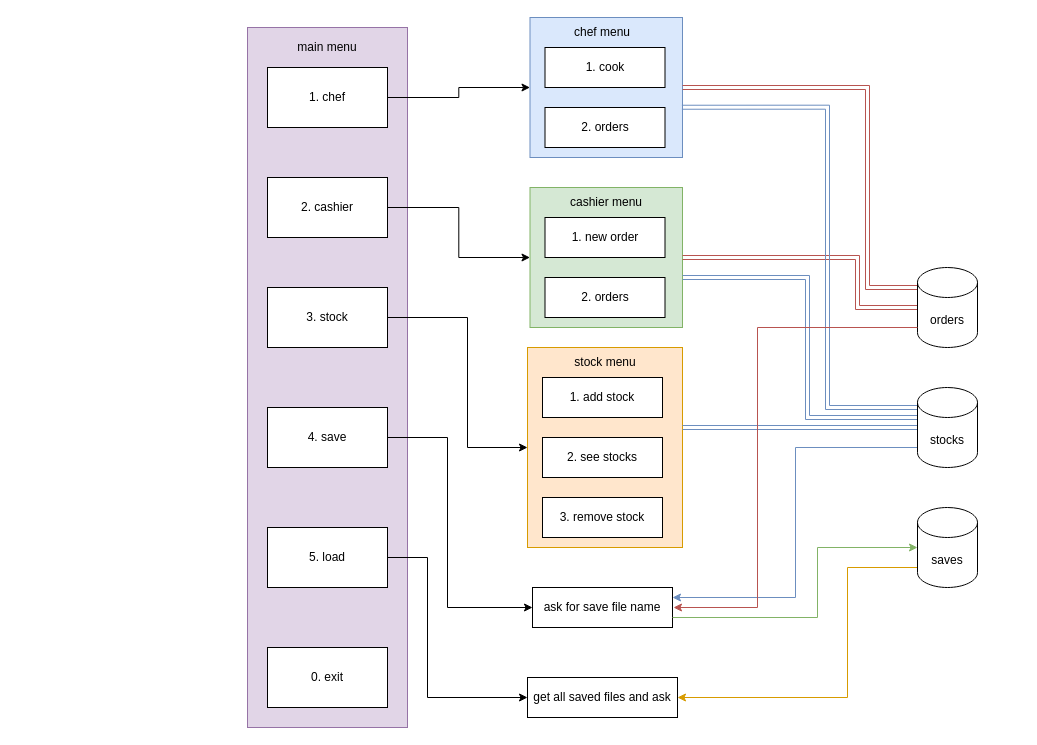
Above: Untitled Diagram.drawio in Takiyo0/aol-algopro (draw.io), before the change. Source tidied: cells renumbered, new cells numbered last; positions are measured from the earlier drawing's top-left corner, leaving out a move shared by most shapes. Both pictures are drawn from the tidied source at 100%, with x=0, y=0 at pixel (247, 17).
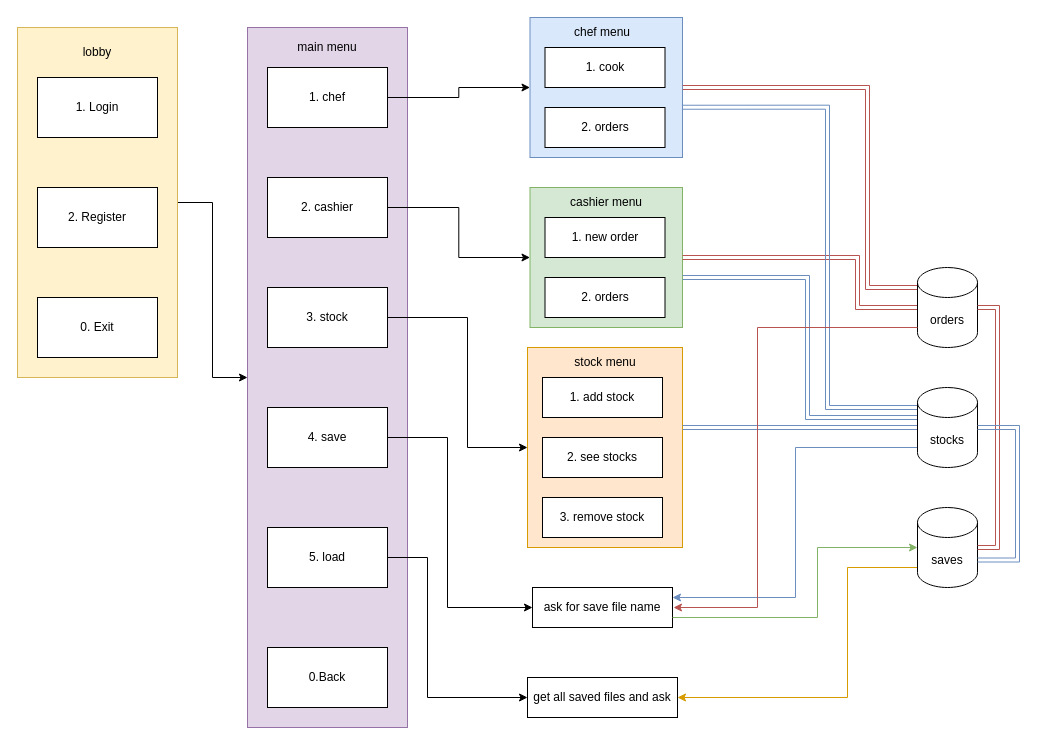
After the change.

Unchanged cells that the change refers to:
```xml
<mxCell id="2" style="rounded=0;whiteSpace=wrap;html=1;fillColor=#e1d5e7;strokeColor=#9673a6;" parent="1" vertex="1">
  <mxGeometry y="10" width="160" height="700" as="geometry" />
</mxCell>
<mxCell id="20" value="orders" style="shape=cylinder3;whiteSpace=wrap;html=1;boundedLbl=1;backgroundOutline=1;size=15;" parent="1" vertex="1">
  <mxGeometry x="670" y="250" width="60" height="80" as="geometry" />
</mxCell>
<mxCell id="25" value="stocks" style="shape=cylinder3;whiteSpace=wrap;html=1;boundedLbl=1;backgroundOutline=1;size=15;" parent="1" vertex="1">
  <mxGeometry x="670" y="370" width="60" height="80" as="geometry" />
</mxCell>
<mxCell id="27" value="saves" style="shape=cylinder3;whiteSpace=wrap;html=1;boundedLbl=1;backgroundOutline=1;size=15;" parent="1" vertex="1">
  <mxGeometry x="670" y="490" width="60" height="80" as="geometry" />
</mxCell>
```

The edit, as a diff of the source:
```diff
@@
-    <mxCell id="16" value="0. exit" style="rounded=0;whiteSpace=wrap;html=1;" parent="1" vertex="1">
+    <mxCell id="16" value="0.Back" style="rounded=0;whiteSpace=wrap;html=1;" parent="1" vertex="1">
       <mxGeometry x="20" y="630" width="120" height="60" as="geometry" />
     </mxCell>
@@
+    <mxCell id="42" style="edgeStyle=orthogonalEdgeStyle;rounded=0;jettySize=auto;html=1;" parent="1" edge="1" source="43" target="2">
+      <mxGeometry relative="1" as="geometry" />
+    </mxCell>
+    <mxCell id="43" style="rounded=0;whiteSpace=wrap;html=1;fillColor=#fff2cc;strokeColor=#d6b656;" parent="1" vertex="1">
+      <mxGeometry x="-230" y="10" width="160" height="350" as="geometry" />
+    </mxCell>
+    <mxCell id="44" value="1. Login" style="rounded=0;whiteSpace=wrap;html=1;" parent="1" vertex="1">
+      <mxGeometry x="-210" y="60" width="120" height="60" as="geometry" />
+    </mxCell>
+    <mxCell id="45" value="2. Register" style="rounded=0;whiteSpace=wrap;html=1;" parent="1" vertex="1">
+      <mxGeometry x="-210" y="170" width="120" height="60" as="geometry" />
+    </mxCell>
+    <mxCell id="46" value="0. Exit" style="rounded=0;whiteSpace=wrap;html=1;" parent="1" vertex="1">
+      <mxGeometry x="-210" y="280" width="120" height="60" as="geometry" />
+    </mxCell>
+    <mxCell id="47" value="lobby" style="text;strokeColor=none;fillColor=none;align=center;verticalAlign=middle;spacingLeft=4;spacingRight=4;overflow=hidden;whiteSpace=wrap;html=1;" parent="1" vertex="1">
+      <mxGeometry x="-190" y="20" width="80" height="30" as="geometry" />
+    </mxCell>
+    <mxCell id="48" style="edgeStyle=orthogonalEdgeStyle;rounded=0;jettySize=auto;html=1;entryX=1;entryY=0.5;entryDx=0;entryDy=0;entryPerimeter=0;shape=link;fillColor=#f8cecc;strokeColor=#b85450;" parent="1" edge="1" source="20" target="27">
+      <mxGeometry relative="1" as="geometry">
+        <Array as="points">
+          <mxPoint x="750" y="290" />
+          <mxPoint x="750" y="530" />
+        </Array>
+      </mxGeometry>
+    </mxCell>
+    <mxCell id="49" style="edgeStyle=orthogonalEdgeStyle;rounded=0;jettySize=auto;html=1;entryX=1;entryY=0;entryDx=0;entryDy=52.5;entryPerimeter=0;shape=link;fillColor=#dae8fc;strokeColor=#6c8ebf;" parent="1" edge="1" source="25" target="27">
+      <mxGeometry relative="1" as="geometry">
+        <Array as="points">
+          <mxPoint x="770" y="410" />
+          <mxPoint x="770" y="543" />
+        </Array>
+      </mxGeometry>
+    </mxCell>
```
